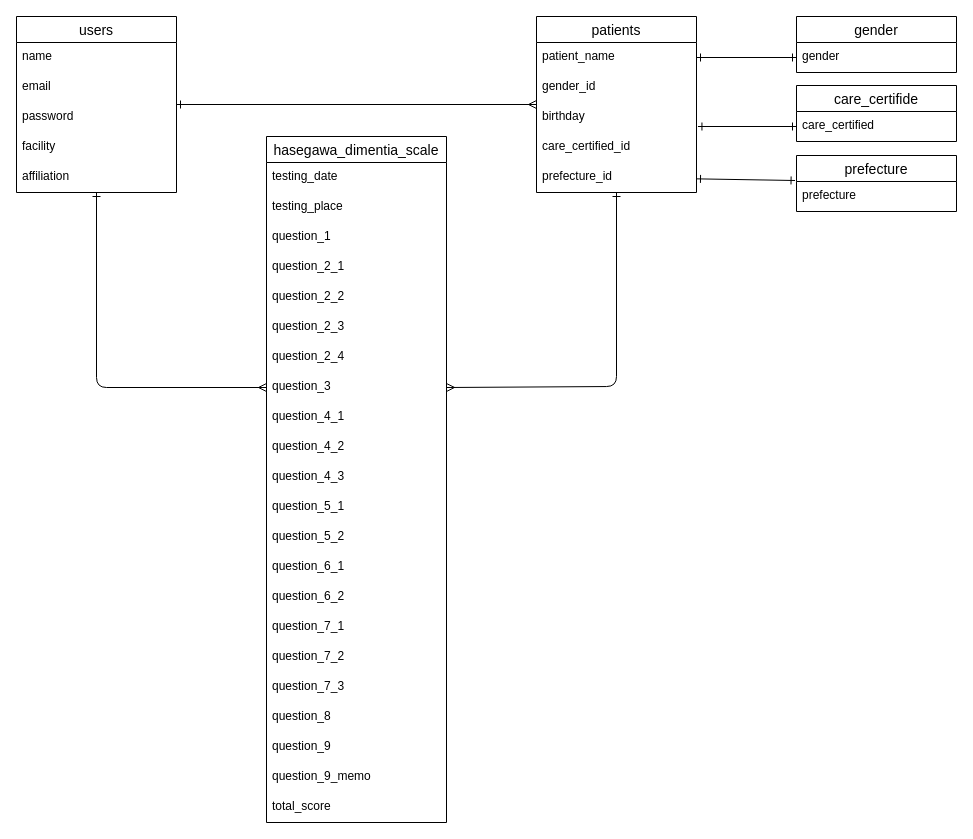
YukihitoTomojiri/life_function_app keeps this draw.io diagram as ER_life_function_app.dio. Above is the earlier version. Source tidied: cells renumbered, new cells numbered last; positions are measured from the earlier drawing's top-left corner, leaving out a move shared by most shapes. Both pictures are drawn from the tidied source at 100%, with x=0, y=0 at pixel (16, 16).
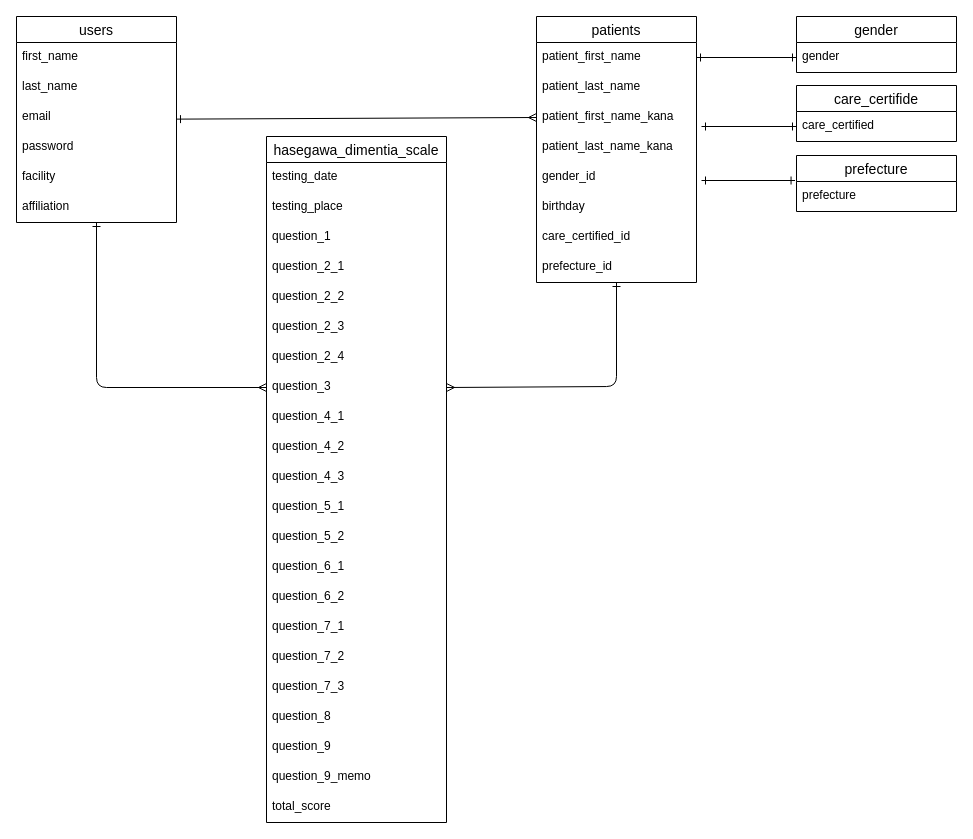
Above is the later version.

The change refers to these unchanged cells:
```xml
<mxCell id="43" value="care_certified" style="text;strokeColor=none;fillColor=none;spacingLeft=4;spacingRight=4;overflow=hidden;points=[[0,0.5],[1,0.5]];portConstraint=eastwest;fontSize=12;" parent="42" vertex="1">
  <mxGeometry y="26" width="160" height="30" as="geometry" />
</mxCell>
<mxCell id="45" value="prefecture" style="text;strokeColor=none;fillColor=none;spacingLeft=4;spacingRight=4;overflow=hidden;points=[[0,0.5],[1,0.5]];portConstraint=eastwest;fontSize=12;" parent="44" vertex="1">
  <mxGeometry y="26" width="160" height="30" as="geometry" />
</mxCell>
```

The edit, as a diff of the source:
```diff
@@
     <mxCell id="3" value="patients" style="swimlane;fontStyle=0;horizontal=1;startSize=26;align=center;fontSize=14;" parent="1" vertex="1">
-      <mxGeometry x="520" width="160" height="176" as="geometry" />
+      <mxGeometry x="520" width="160" height="266" as="geometry" />
     </mxCell>
-    <mxCell id="4" value="patient_name" style="text;strokeColor=none;fillColor=none;spacingLeft=4;spacingRight=4;overflow=hidden;points=[[0,0.5],[1,0.5]];portConstraint=eastwest;fontSize=12;" parent="3" vertex="1">
+    <mxCell id="4" value="patient_first_name" style="text;strokeColor=none;fillColor=none;spacingLeft=4;spacingRight=4;overflow=hidden;points=[[0,0.5],[1,0.5]];portConstraint=eastwest;fontSize=12;" parent="3" vertex="1">
       <mxGeometry y="26" width="160" height="30" as="geometry" />
     </mxCell>
+    <mxCell id="49" value="patient_last_name" style="text;strokeColor=none;fillColor=none;spacingLeft=4;spacingRight=4;overflow=hidden;fontSize=12;" parent="3" vertex="1">
+      <mxGeometry y="56" width="160" height="30" as="geometry" />
+    </mxCell>
+    <mxCell id="50" value="patient_first_name_kana" style="text;strokeColor=none;fillColor=none;spacingLeft=4;spacingRight=4;overflow=hidden;points=[[0,0.5],[1,0.5]];portConstraint=eastwest;fontSize=12;" parent="3" vertex="1">
+      <mxGeometry y="86" width="160" height="30" as="geometry" />
+    </mxCell>
+    <mxCell id="51" value="patient_last_name_kana" style="text;strokeColor=none;fillColor=none;spacingLeft=4;spacingRight=4;overflow=hidden;fontSize=12;" parent="3" vertex="1">
+      <mxGeometry y="116" width="160" height="30" as="geometry" />
+    </mxCell>
     <mxCell id="5" value="gender_id" style="text;strokeColor=none;fillColor=none;spacingLeft=4;spacingRight=4;overflow=hidden;fontSize=12;" parent="3" vertex="1">
-      <mxGeometry y="56" width="160" height="30" as="geometry" />
+      <mxGeometry y="146" width="160" height="30" as="geometry" />
     </mxCell>
     <mxCell id="6" value="birthday" style="text;strokeColor=none;fillColor=none;spacingLeft=4;spacingRight=4;overflow=hidden;points=[[0,0.5],[1,0.5]];portConstraint=eastwest;fontSize=12;" parent="3" vertex="1">
-      <mxGeometry y="86" width="160" height="30" as="geometry" />
+      <mxGeometry y="176" width="160" height="30" as="geometry" />
     </mxCell>
     <mxCell id="7" value="care_certified_id" style="text;strokeColor=none;fillColor=none;spacingLeft=4;spacingRight=4;overflow=hidden;fontSize=12;" parent="3" vertex="1">
-      <mxGeometry y="116" width="160" height="30" as="geometry" />
+      <mxGeometry y="206" width="160" height="30" as="geometry" />
     </mxCell>
     <mxCell id="8" value="prefecture_id" style="text;strokeColor=none;fillColor=none;spacingLeft=4;spacingRight=4;overflow=hidden;points=[[0,0.5],[1,0.5]];portConstraint=eastwest;fontSize=12;" parent="3" vertex="1">
-      <mxGeometry y="146" width="160" height="30" as="geometry" />
+      <mxGeometry y="236" width="160" height="30" as="geometry" />
     </mxCell>
-    <mxCell id="9" style="edgeStyle=none;html=1;entryX=0;entryY=0.067;entryDx=0;entryDy=0;entryPerimeter=0;endArrow=ERmany;endFill=0;startArrow=ERone;startFill=0;" parent="1" edge="1" source="11" target="6">
+    <mxCell id="9" style="edgeStyle=none;html=1;endArrow=ERmany;endFill=0;startArrow=ERone;startFill=0;entryX=0;entryY=0.5;entryDx=0;entryDy=0;" parent="1" edge="1" source="11" target="50">
       <mxGeometry relative="1" as="geometry" />
     </mxCell>
@@
     <mxCell id="11" value="users" style="swimlane;fontStyle=0;horizontal=1;startSize=26;align=center;fontSize=14;" parent="1" vertex="1">
-      <mxGeometry width="160" height="176" as="geometry" />
+      <mxGeometry width="160" height="206" as="geometry" />
     </mxCell>
-    <mxCell id="12" value="name" style="text;strokeColor=none;fillColor=none;spacingLeft=4;spacingRight=4;overflow=hidden;fontSize=12;" parent="11" vertex="1">
+    <mxCell id="12" value="first_name" style="text;strokeColor=none;fillColor=none;spacingLeft=4;spacingRight=4;overflow=hidden;fontSize=12;" parent="11" vertex="1">
       <mxGeometry y="26" width="160" height="30" as="geometry" />
     </mxCell>
+    <mxCell id="52" value="last_name" style="text;strokeColor=none;fillColor=none;spacingLeft=4;spacingRight=4;overflow=hidden;fontSize=12;" parent="11" vertex="1">
+      <mxGeometry y="56" width="160" height="30" as="geometry" />
+    </mxCell>
     <mxCell id="13" value="email" style="text;strokeColor=none;fillColor=none;spacingLeft=4;spacingRight=4;overflow=hidden;fontSize=12;" parent="11" vertex="1">
-      <mxGeometry y="56" width="160" height="30" as="geometry" />
+      <mxGeometry y="86" width="160" height="30" as="geometry" />
     </mxCell>
     <mxCell id="14" value="password" style="text;strokeColor=none;fillColor=none;spacingLeft=4;spacingRight=4;overflow=hidden;fontSize=12;" parent="11" vertex="1">
-      <mxGeometry y="86" width="160" height="30" as="geometry" />
+      <mxGeometry y="116" width="160" height="30" as="geometry" />
     </mxCell>
     <mxCell id="15" value="facility" style="text;strokeColor=none;fillColor=none;spacingLeft=4;spacingRight=4;overflow=hidden;fontSize=12;" parent="11" vertex="1">
-      <mxGeometry y="116" width="160" height="30" as="geometry" />
+      <mxGeometry y="146" width="160" height="30" as="geometry" />
     </mxCell>
     <mxCell id="16" value="affiliation" style="text;strokeColor=none;fillColor=none;spacingLeft=4;spacingRight=4;overflow=hidden;fontSize=12;" parent="11" vertex="1">
-      <mxGeometry y="146" width="160" height="30" as="geometry" />
+      <mxGeometry y="176" width="160" height="30" as="geometry" />
     </mxCell>
@@
-    <mxCell id="47" style="edgeStyle=none;html=1;entryX=0;entryY=0.5;entryDx=0;entryDy=0;startArrow=ERone;startFill=0;endArrow=ERone;endFill=0;exitX=1.009;exitY=0.8;exitDx=0;exitDy=0;exitPerimeter=0;" parent="1" edge="1" source="6" target="43">
-      <mxGeometry relative="1" as="geometry" />
+    <mxCell id="47" style="edgeStyle=none;html=1;entryX=0;entryY=0.5;entryDx=0;entryDy=0;startArrow=ERone;startFill=0;endArrow=ERone;endFill=0;" parent="1" edge="1" target="43">
+      <mxGeometry relative="1" as="geometry">
+        <mxPoint x="685" y="110" as="sourcePoint" />
+      </mxGeometry>
     </mxCell>
-    <mxCell id="48" style="edgeStyle=none;html=1;entryX=-0.009;entryY=-0.033;entryDx=0;entryDy=0;startArrow=ERone;startFill=0;endArrow=ERone;endFill=0;entryPerimeter=0;" parent="1" edge="1" source="8" target="45">
-      <mxGeometry relative="1" as="geometry" />
+    <mxCell id="48" style="edgeStyle=none;html=1;entryX=-0.009;entryY=-0.033;entryDx=0;entryDy=0;startArrow=ERone;startFill=0;endArrow=ERone;endFill=0;entryPerimeter=0;" parent="1" edge="1" target="45">
+      <mxGeometry relative="1" as="geometry">
+        <mxPoint x="685" y="164" as="sourcePoint" />
+      </mxGeometry>
     </mxCell>
```
